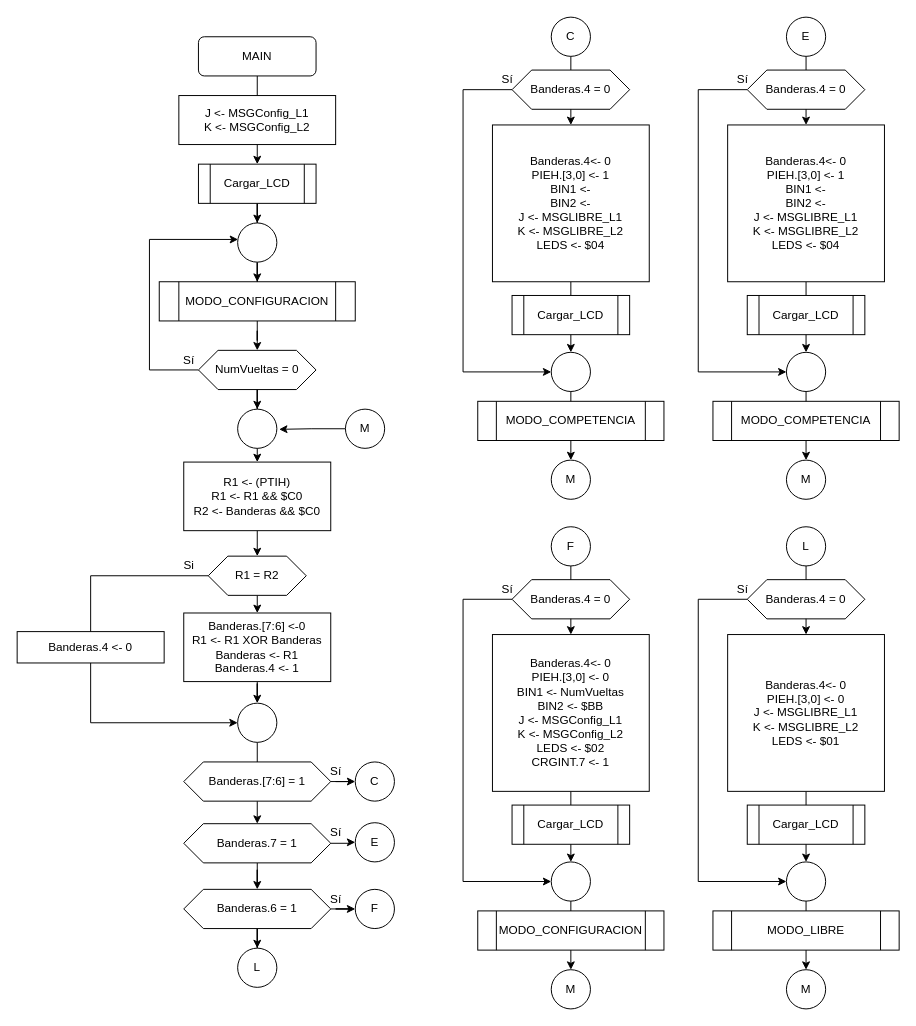
Earlier version of the draw.io diagram PF/MAIN.drawio (robz25/Microprocesadores). Source tidied: cells renumbered, new cells numbered last; positions are measured from the earlier drawing's top-left corner, leaving out a move shared by most shapes. Both pictures are drawn from the tidied source at 98%, with x=0, y=0 at pixel (17, 17).
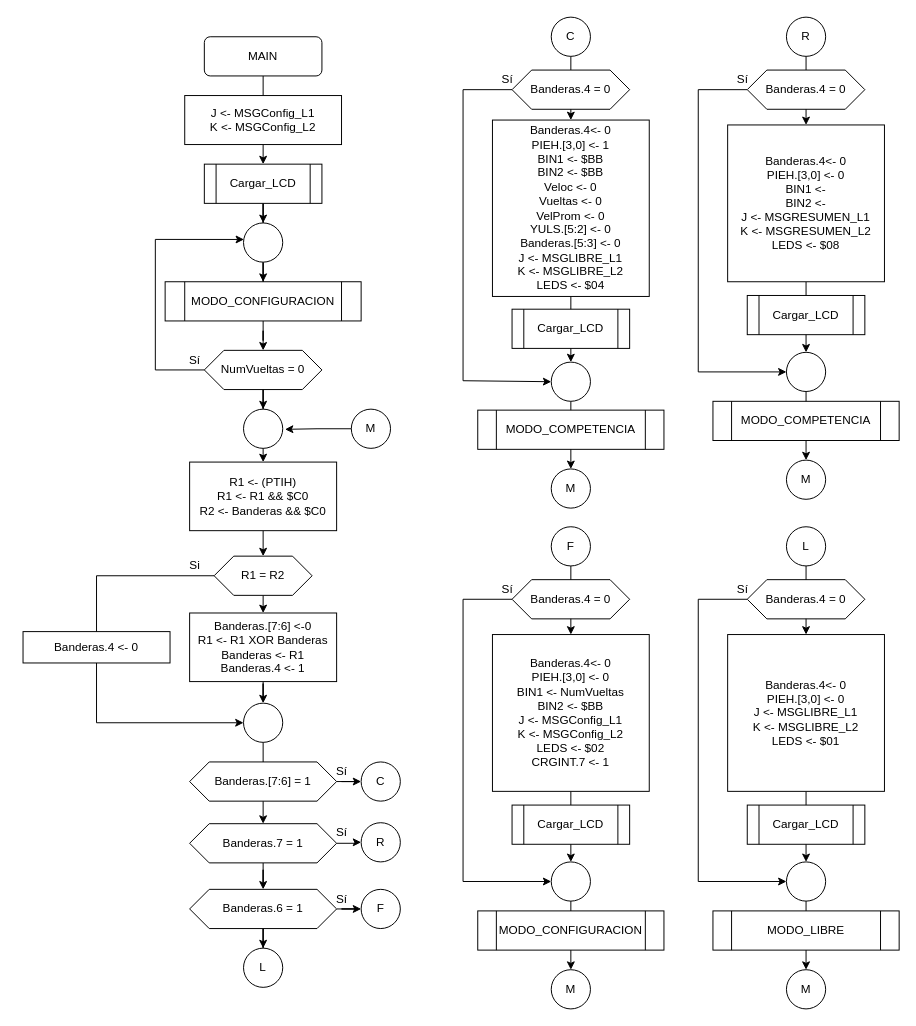
The same diagram, later.

The change refers to these unchanged cells:
```xml
<mxCell id="56" value="Banderas.4 = 0" style="shape=hexagon;perimeter=hexagonPerimeter2;whiteSpace=wrap;html=1;fixedSize=1;" parent="1" vertex="1">
  <mxGeometry x="505" y="54" width="120" height="40" as="geometry" />
</mxCell>
```

Change to the diagram source:
```diff
@@
     <mxCell id="3" value="MAIN" style="rounded=1;whiteSpace=wrap;html=1;fontSize=12;glass=0;strokeWidth=1;shadow=0;" parent="1" vertex="1">
-      <mxGeometry x="185" y="20" width="120" height="40" as="geometry" />
+      <mxGeometry x="191" y="20" width="120" height="40" as="geometry" />
     </mxCell>
@@
-    <mxCell id="5" value="&lt;div&gt;Banderas.4&amp;lt;- 0&lt;/div&gt;&lt;div&gt;PIEH.[3,0] &amp;lt;- 1&lt;/div&gt;&lt;div&gt;BIN1 &amp;lt;- &lt;br&gt;&lt;/div&gt;&lt;div&gt;BIN2 &amp;lt;- &lt;br&gt;&lt;/div&gt;&lt;div&gt;J &amp;lt;- MSGLIBRE_L1&lt;/div&gt;&lt;div&gt;K &amp;lt;- MSGLIBRE_L2&lt;/div&gt;&lt;div&gt;LEDS &amp;lt;- $04&lt;/div&gt;" style="rounded=0;whiteSpace=wrap;html=1;" parent="1" vertex="1">
-      <mxGeometry x="485" y="110" width="160" height="160" as="geometry" />
+    <mxCell id="5" value="&lt;div&gt;Banderas.4&amp;lt;- 0&lt;/div&gt;&lt;div&gt;PIEH.[3,0] &amp;lt;- 1&lt;/div&gt;&lt;div&gt;BIN1 &amp;lt;- $BB&lt;br&gt;&lt;/div&gt;&lt;div&gt;BIN2 &amp;lt;- $BB&lt;/div&gt;&lt;div&gt;Veloc &amp;lt;- 0&lt;/div&gt;&lt;div&gt;Vueltas &amp;lt;- 0&lt;/div&gt;&lt;div&gt;VelProm &amp;lt;- 0&lt;/div&gt;&lt;div&gt;YULS.[5:2] &amp;lt;- 0&lt;/div&gt;&lt;div&gt;Banderas.[5:3] &amp;lt;- 0&lt;/div&gt;&lt;div&gt;J &amp;lt;- MSGLIBRE_L1&lt;/div&gt;&lt;div&gt;K &amp;lt;- MSGLIBRE_L2&lt;/div&gt;&lt;div&gt;LEDS &amp;lt;- $04&lt;/div&gt;" style="rounded=0;whiteSpace=wrap;html=1;" parent="1" vertex="1">
+      <mxGeometry x="485" y="105" width="160" height="180" as="geometry" />
     </mxCell>
     <mxCell id="6" style="edgeStyle=orthogonalEdgeStyle;rounded=0;jettySize=auto;html=1;exitX=0;exitY=0.5;exitDx=0;exitDy=0;entryX=0;entryY=0.5;entryDx=0;entryDy=0;" parent="1" edge="1" source="56" target="8">
       <mxGeometry relative="1" as="geometry">
         <Array as="points">
           <mxPoint x="455" y="74" />
-          <mxPoint x="455" y="362" />
+          <mxPoint x="455" y="371" />
         </Array>
       </mxGeometry>
     </mxCell>
@@
     <mxCell id="8" style="ellipse;whiteSpace=wrap;html=1;" parent="1" vertex="1">
-      <mxGeometry x="545" y="342" width="40" height="40" as="geometry" />
+      <mxGeometry x="545" y="352" width="40" height="40" as="geometry" />
     </mxCell>
     <mxCell id="9" value="Cargar_LCD" style="shape=process;whiteSpace=wrap;html=1;backgroundOutline=1;" parent="1" vertex="1">
-      <mxGeometry x="505" y="284" width="120" height="40" as="geometry" />
+      <mxGeometry x="505" y="298" width="120" height="40" as="geometry" />
     </mxCell>
     <mxCell id="10" value="&lt;div&gt;J &amp;lt;- MSGConfig_L1&lt;/div&gt;&lt;div&gt;K &amp;lt;- MSGConfig_L2&lt;/div&gt;" style="rounded=0;whiteSpace=wrap;html=1;" parent="1" vertex="1">
-      <mxGeometry x="165" y="80" width="160" height="50" as="geometry" />
+      <mxGeometry x="171" y="80" width="160" height="50" as="geometry" />
     </mxCell>
@@
     <mxCell id="12" value="Cargar_LCD" style="shape=process;whiteSpace=wrap;html=1;backgroundOutline=1;" parent="1" vertex="1">
-      <mxGeometry x="185" y="150" width="120" height="40" as="geometry" />
+      <mxGeometry x="191" y="150" width="120" height="40" as="geometry" />
     </mxCell>
@@
     <mxCell id="14" value="MODO_CONFIGURACION" style="shape=process;whiteSpace=wrap;html=1;backgroundOutline=1;" parent="1" vertex="1">
-      <mxGeometry x="145" y="270" width="200" height="40" as="geometry" />
+      <mxGeometry x="151" y="270" width="200" height="40" as="geometry" />
     </mxCell>
@@
     <mxCell id="16" style="ellipse;whiteSpace=wrap;html=1;" parent="1" vertex="1">
-      <mxGeometry x="225" y="210" width="40" height="40" as="geometry" />
+      <mxGeometry x="231" y="210" width="40" height="40" as="geometry" />
     </mxCell>
     <mxCell id="17" style="edgeStyle=orthogonalEdgeStyle;rounded=0;jettySize=auto;html=1;entryX=0.011;entryY=0.421;entryDx=0;entryDy=0;entryPerimeter=0;" parent="1" edge="1" source="19" target="16">
       <mxGeometry relative="1" as="geometry">
         <Array as="points">
-          <mxPoint x="135" y="360" />
-          <mxPoint x="135" y="227" />
+          <mxPoint x="141" y="360" />
+          <mxPoint x="141" y="227" />
         </Array>
       </mxGeometry>
     </mxCell>
@@
     <mxCell id="19" value="NumVueltas = 0" style="shape=hexagon;perimeter=hexagonPerimeter2;whiteSpace=wrap;html=1;fixedSize=1;" parent="1" vertex="1">
-      <mxGeometry x="185" y="340" width="120" height="40" as="geometry" />
+      <mxGeometry x="191" y="340" width="120" height="40" as="geometry" />
     </mxCell>
     <mxCell id="20" value="Sí" style="text;html=1;align=center;verticalAlign=middle;" parent="1" vertex="1">
-      <mxGeometry x="160" y="340" width="30" height="20" as="geometry" />
+      <mxGeometry x="166" y="340" width="30" height="20" as="geometry" />
     </mxCell>
     <mxCell id="21" style="ellipse;whiteSpace=wrap;html=1;" parent="1" vertex="1">
-      <mxGeometry x="225" y="400" width="40" height="40" as="geometry" />
+      <mxGeometry x="231" y="400" width="40" height="40" as="geometry" />
     </mxCell>
     <mxCell id="22" style="edgeStyle=orthogonalEdgeStyle;rounded=0;jettySize=auto;html=1;exitX=0.5;exitY=1;exitDx=0;exitDy=0;entryX=0.5;entryY=0;entryDx=0;entryDy=0;" parent="1" edge="1" target="27">
       <mxGeometry relative="1" as="geometry">
-        <mxPoint x="245" y="440" as="sourcePoint" />
+        <mxPoint x="251" y="440" as="sourcePoint" />
       </mxGeometry>
     </mxCell>
@@
     <mxCell id="24" style="edgeStyle=orthogonalEdgeStyle;rounded=0;jettySize=auto;html=1;exitX=0;exitY=0.5;exitDx=0;exitDy=0;entryX=0;entryY=0.5;entryDx=0;entryDy=0;" parent="1" edge="1" source="25" target="31">
       <mxGeometry relative="1" as="geometry">
         <Array as="points">
-          <mxPoint x="75" y="570" />
-          <mxPoint x="75" y="720" />
+          <mxPoint x="81" y="570" />
+          <mxPoint x="81" y="720" />
         </Array>
       </mxGeometry>
     </mxCell>
     <mxCell id="25" value="R1 = R2" style="shape=hexagon;perimeter=hexagonPerimeter2;whiteSpace=wrap;html=1;fixedSize=1;" parent="1" vertex="1">
-      <mxGeometry x="195" y="550" width="100" height="40" as="geometry" />
+      <mxGeometry x="201" y="550" width="100" height="40" as="geometry" />
     </mxCell>
@@
     <mxCell id="27" value="&lt;div&gt;R1 &amp;lt;- (PTIH)&lt;br&gt;&lt;/div&gt;&lt;div&gt;R1 &amp;lt;- R1 &amp;amp;&amp;amp; $C0&lt;/div&gt;R2 &amp;lt;- Banderas &amp;amp;&amp;amp; $C0" style="rounded=0;whiteSpace=wrap;html=1;" parent="1" vertex="1">
-      <mxGeometry x="170" y="454" width="150" height="70" as="geometry" />
+      <mxGeometry x="176" y="454" width="150" height="70" as="geometry" />
     </mxCell>
@@
     <mxCell id="29" value="&lt;div&gt;Banderas.[7:6] &amp;lt;-0&lt;/div&gt;&lt;div&gt;R1 &amp;lt;- R1 XOR Banderas&lt;/div&gt;&lt;div&gt;Banderas &amp;lt;- R1&lt;/div&gt;&lt;div&gt;Banderas.4 &amp;lt;- 1&lt;br&gt;&lt;/div&gt;" style="rounded=0;whiteSpace=wrap;html=1;" parent="1" vertex="1">
-      <mxGeometry x="170" y="608" width="150" height="70" as="geometry" />
+      <mxGeometry x="176" y="608" width="150" height="70" as="geometry" />
     </mxCell>
@@
     <mxCell id="31" style="ellipse;whiteSpace=wrap;html=1;" parent="1" vertex="1">
-      <mxGeometry x="225" y="700" width="40" height="40" as="geometry" />
+      <mxGeometry x="231" y="700" width="40" height="40" as="geometry" />
     </mxCell>
     <mxCell id="32" value="Si" style="text;html=1;align=center;verticalAlign=middle;" parent="1" vertex="1">
-      <mxGeometry x="160" y="550" width="30" height="20" as="geometry" />
+      <mxGeometry x="166" y="550" width="30" height="20" as="geometry" />
     </mxCell>
     <mxCell id="33" value="Banderas.4 &amp;lt;- 0" style="rounded=0;whiteSpace=wrap;html=1;" parent="1" vertex="1">
-      <mxGeometry y="627" width="150" height="32" as="geometry" />
+      <mxGeometry x="6" y="627" width="150" height="32" as="geometry" />
     </mxCell>
@@
     <mxCell id="35" value="Banderas.[7:6] = 1" style="shape=hexagon;perimeter=hexagonPerimeter2;whiteSpace=wrap;html=1;fixedSize=1;" parent="1" vertex="1">
-      <mxGeometry x="170" y="760" width="150" height="40" as="geometry" />
+      <mxGeometry x="176" y="760" width="150" height="40" as="geometry" />
     </mxCell>
@@
     <mxCell id="38" value="Banderas.7 = 1" style="shape=hexagon;perimeter=hexagonPerimeter2;whiteSpace=wrap;html=1;fixedSize=1;" parent="1" vertex="1">
-      <mxGeometry x="170" y="823" width="150" height="40" as="geometry" />
+      <mxGeometry x="176" y="823" width="150" height="40" as="geometry" />
     </mxCell>
     <mxCell id="39" value="C" style="ellipse;whiteSpace=wrap;html=1;" parent="1" vertex="1">
-      <mxGeometry x="345" y="760" width="40" height="40" as="geometry" />
+      <mxGeometry x="351" y="760" width="40" height="40" as="geometry" />
     </mxCell>
-    <mxCell id="40" value="E" style="ellipse;whiteSpace=wrap;html=1;" parent="1" vertex="1">
-      <mxGeometry x="345" y="822" width="40" height="40" as="geometry" />
+    <mxCell id="40" value="R" style="ellipse;whiteSpace=wrap;html=1;" parent="1" vertex="1">
+      <mxGeometry x="351" y="822" width="40" height="40" as="geometry" />
     </mxCell>
@@
     <mxCell id="43" value="Banderas.6 = 1" style="shape=hexagon;perimeter=hexagonPerimeter2;whiteSpace=wrap;html=1;fixedSize=1;" parent="1" vertex="1">
-      <mxGeometry x="170" y="890" width="150" height="40" as="geometry" />
+      <mxGeometry x="176" y="890" width="150" height="40" as="geometry" />
     </mxCell>
     <mxCell id="44" value="F" style="ellipse;whiteSpace=wrap;html=1;" parent="1" vertex="1">
-      <mxGeometry x="345" y="890" width="40" height="40" as="geometry" />
+      <mxGeometry x="351" y="890" width="40" height="40" as="geometry" />
     </mxCell>
     <mxCell id="45" value="L" style="ellipse;whiteSpace=wrap;html=1;" parent="1" vertex="1">
-      <mxGeometry x="225" y="950" width="40" height="40" as="geometry" />
+      <mxGeometry x="231" y="950" width="40" height="40" as="geometry" />
     </mxCell>
     <mxCell id="46" value="Sí" style="text;html=1;align=center;verticalAlign=middle;" parent="1" vertex="1">
-      <mxGeometry x="310" y="890" width="30" height="20" as="geometry" />
+      <mxGeometry x="316" y="890" width="30" height="20" as="geometry" />
     </mxCell>
     <mxCell id="47" value="Sí" style="text;html=1;align=center;verticalAlign=middle;" parent="1" vertex="1">
-      <mxGeometry x="310" y="760" width="30" height="20" as="geometry" />
+      <mxGeometry x="316" y="760" width="30" height="20" as="geometry" />
     </mxCell>
     <mxCell id="48" value="Sí" style="text;html=1;align=center;verticalAlign=middle;" parent="1" vertex="1">
-      <mxGeometry x="310" y="822" width="30" height="20" as="geometry" />
+      <mxGeometry x="316" y="822" width="30" height="20" as="geometry" />
     </mxCell>
@@
     <mxCell id="50" value="M" style="ellipse;whiteSpace=wrap;html=1;" parent="1" vertex="1">
-      <mxGeometry x="335" y="400" width="40" height="40" as="geometry" />
+      <mxGeometry x="341" y="400" width="40" height="40" as="geometry" />
     </mxCell>
@@
     <mxCell id="52" value="MODO_COMPETENCIA" style="shape=process;whiteSpace=wrap;html=1;backgroundOutline=1;" parent="1" vertex="1">
-      <mxGeometry x="470" y="392" width="190" height="40" as="geometry" />
+      <mxGeometry x="470" y="401" width="190" height="40" as="geometry" />
     </mxCell>
     <mxCell id="53" value="M" style="ellipse;whiteSpace=wrap;html=1;" parent="1" vertex="1">
-      <mxGeometry x="545" y="452" width="40" height="40" as="geometry" />
+      <mxGeometry x="545" y="461" width="40" height="40" as="geometry" />
     </mxCell>
@@
-    <mxCell id="58" value="&lt;div&gt;Banderas.4&amp;lt;- 0&lt;/div&gt;&lt;div&gt;PIEH.[3,0] &amp;lt;- 1&lt;/div&gt;&lt;div&gt;BIN1 &amp;lt;- &lt;br&gt;&lt;/div&gt;&lt;div&gt;BIN2 &amp;lt;- &lt;br&gt;&lt;/div&gt;&lt;div&gt;J &amp;lt;- MSGLIBRE_L1&lt;/div&gt;&lt;div&gt;K &amp;lt;- MSGLIBRE_L2&lt;/div&gt;&lt;div&gt;LEDS &amp;lt;- $04&lt;/div&gt;" style="rounded=0;whiteSpace=wrap;html=1;" parent="1" vertex="1">
+    <mxCell id="58" value="&lt;div&gt;Banderas.4&amp;lt;- 0&lt;/div&gt;&lt;div&gt;PIEH.[3,0] &amp;lt;- 0&lt;br&gt;&lt;/div&gt;&lt;div&gt;BIN1 &amp;lt;- &lt;br&gt;&lt;/div&gt;&lt;div&gt;BIN2 &amp;lt;- &lt;br&gt;&lt;/div&gt;&lt;div&gt;J &amp;lt;- MSGRESUMEN_L1&lt;/div&gt;&lt;div&gt;K &amp;lt;- MSGRESUMEN_L2&lt;/div&gt;&lt;div&gt;LEDS &amp;lt;- $08&lt;/div&gt;" style="rounded=0;whiteSpace=wrap;html=1;" parent="1" vertex="1">
       <mxGeometry x="725" y="110" width="160" height="160" as="geometry" />
     </mxCell>
@@
-    <mxCell id="67" value="E" style="ellipse;whiteSpace=wrap;html=1;" parent="1" vertex="1">
+    <mxCell id="67" value="R" style="ellipse;whiteSpace=wrap;html=1;" parent="1" vertex="1">
       <mxGeometry x="785" width="40" height="40" as="geometry" />
     </mxCell>
```
